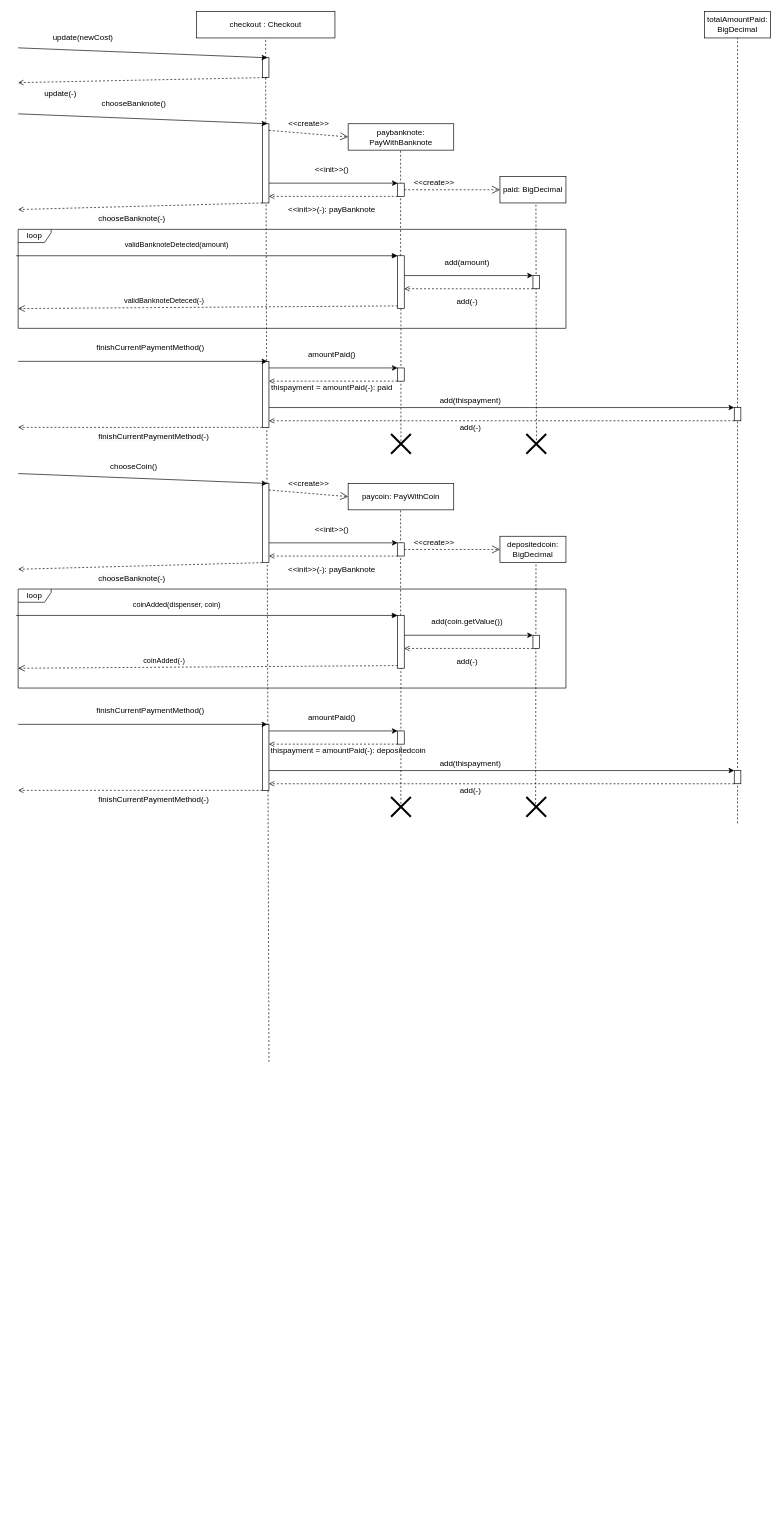
The draw.io diagram page "Payment" (2 of 3) of Diagrams/SequenceDiagrams/SequenceDiagrams.drawio in adam-25/Self-Checkout-System, before the edit. Source tidied: cells renumbered, new cells numbered last; positions are measured from the earlier drawing's top-left corner, leaving out a move shared by most shapes. Both pictures are drawn from the tidied source at 66%, with x=0, y=0 at pixel (16, 11).
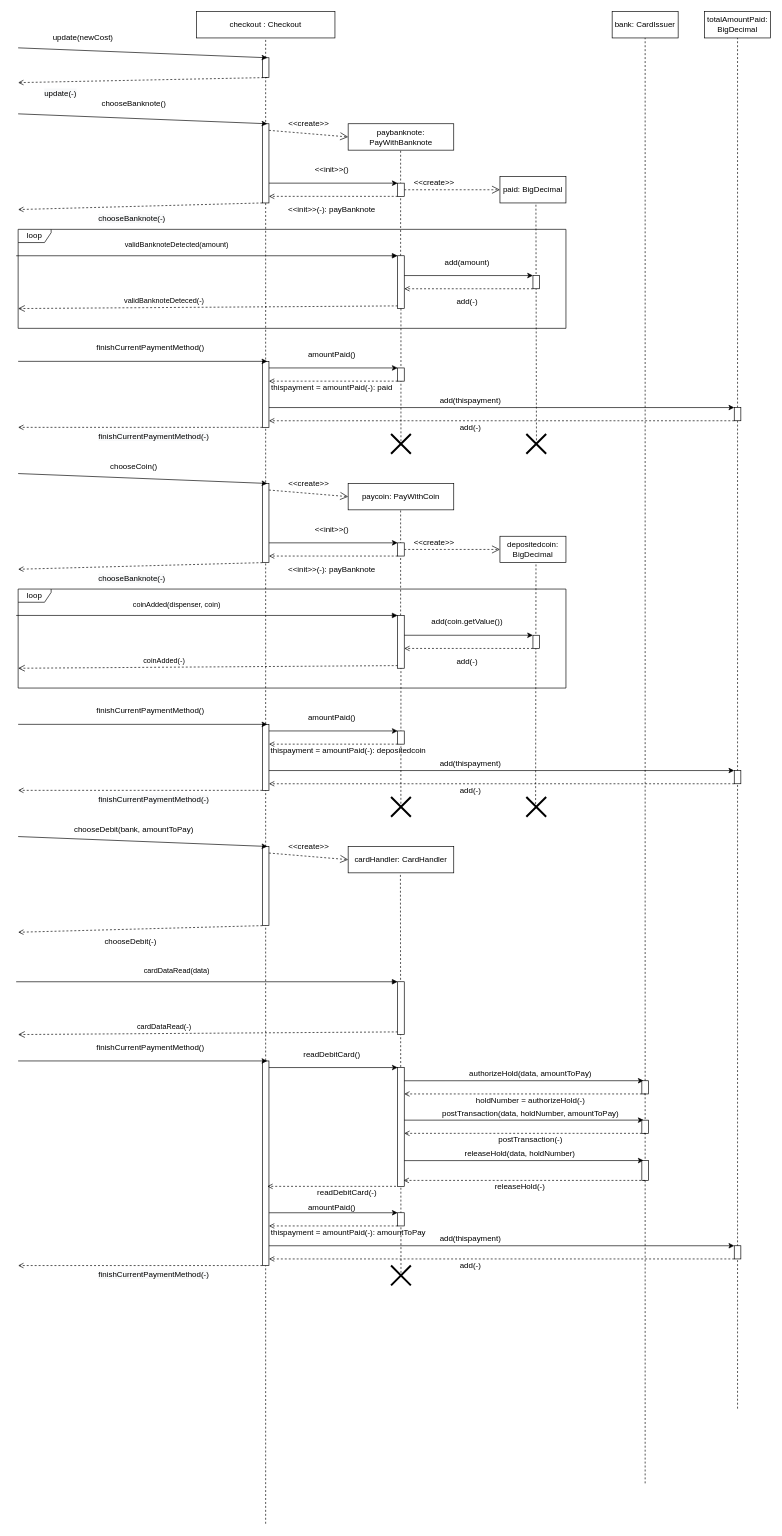
Above is the later version.

Unchanged cells that the change refers to:
```xml
<mxCell id="3" style="rounded=0;whiteSpace=wrap;html=1;" parent="1" vertex="1">
  <mxGeometry x="373" y="70" width="10" height="30" as="geometry" />
</mxCell>
<mxCell id="51" style="rounded=0;whiteSpace=wrap;html=1;" parent="1" vertex="1">
  <mxGeometry x="1088" y="600" width="10" height="20" as="geometry" />
</mxCell>
```

Change to the diagram source:
```diff
@@
+    <mxCell id="103" style="endArrow=none;dashed=1;html=1;rounded=0;entryX=0.5;entryY=1;entryDx=0;entryDy=0;startArrow=none;exitX=0.502;exitY=0.57;exitDx=0;exitDy=0;exitPerimeter=0;" parent="1" edge="1" source="154">
+      <mxGeometry relative="1" as="geometry">
+        <mxPoint x="582.2" y="1305" as="targetPoint" />
+      </mxGeometry>
+    </mxCell>
@@
     <mxCell id="10" style="endArrow=none;dashed=1;html=1;rounded=0;entryX=0.5;entryY=1;entryDx=0;entryDy=0;startArrow=none;" parent="1" edge="1" target="3">
       <mxGeometry relative="1" as="geometry">
-        <mxPoint x="383" y="1591.3" as="sourcePoint" />
+        <mxPoint x="378" y="2291.2" as="sourcePoint" />
       </mxGeometry>
     </mxCell>
@@
     <mxCell id="52" style="endArrow=none;dashed=1;html=1;rounded=0;entryX=0.5;entryY=1;entryDx=0;entryDy=0;startArrow=none;" parent="1" edge="1" target="51">
       <mxGeometry relative="1" as="geometry">
-        <mxPoint x="1093" y="1230" as="sourcePoint" />
+        <mxPoint x="1093" y="2116.8" as="sourcePoint" />
       </mxGeometry>
     </mxCell>
@@
+    <mxCell id="104" style="rounded=0;whiteSpace=wrap;html=1;" parent="1" vertex="1">
+      <mxGeometry x="373" y="1265" width="10" height="120" as="geometry" />
+    </mxCell>
+    <mxCell id="105" style="endArrow=classic;html=1;rounded=0;entryX=0;entryY=0;entryDx=0;entryDy=0;" parent="1" edge="1">
+      <mxGeometry relative="1" as="geometry">
+        <mxPoint x="3" y="1250" as="sourcePoint" />
+        <mxPoint x="380.5" y="1265" as="targetPoint" />
+      </mxGeometry>
+    </mxCell>
+    <mxCell id="106" style="endArrow=open;html=1;rounded=0;exitX=0;exitY=1;exitDx=0;exitDy=0;dashed=1;endFill=0;" parent="1" edge="1">
+      <mxGeometry relative="1" as="geometry">
+        <mxPoint x="373" y="1385" as="sourcePoint" />
+        <mxPoint x="3" y="1395" as="targetPoint" />
+      </mxGeometry>
+    </mxCell>
+    <mxCell id="107" value="cardHandler: CardHandler" style="rounded=0;whiteSpace=wrap;html=1;" parent="1" vertex="1">
+      <mxGeometry x="503" y="1265" width="160" height="40" as="geometry" />
+    </mxCell>
+    <mxCell id="108" style="endArrow=open;dashed=1;html=1;rounded=0;endFill=0;startSize=9;endSize=10;" parent="1" edge="1">
+      <mxGeometry relative="1" as="geometry">
+        <mxPoint x="383" y="1275" as="sourcePoint" />
+        <mxPoint x="503" y="1285" as="targetPoint" />
+      </mxGeometry>
+    </mxCell>
+    <mxCell id="109" value="&amp;lt;&amp;lt;create&amp;gt;&amp;gt;" style="text;html=1;align=center;verticalAlign=middle;strokeColor=none;fillColor=none;" parent="1" vertex="1">
+      <mxGeometry x="403" y="1255" width="80" height="20" as="geometry" />
+    </mxCell>
+    <mxCell id="110" value="chooseDebit(bank, amountToPay)" style="text;html=1;align=center;verticalAlign=middle;strokeColor=none;fillColor=none;" parent="1" vertex="1">
+      <mxGeometry x="78" y="1230" width="200" height="20" as="geometry" />
+    </mxCell>
+    <mxCell id="111" value="chooseDebit(-)" style="text;html=1;align=center;verticalAlign=middle;strokeColor=none;fillColor=none;" parent="1" vertex="1">
+      <mxGeometry x="128" y="1400" width="90" height="20" as="geometry" />
+    </mxCell>
+    <mxCell id="112" value="bank: CardIssuer" style="rounded=0;whiteSpace=wrap;html=1;" parent="1" vertex="1">
+      <mxGeometry x="903" width="100" height="40" as="geometry" />
+    </mxCell>
+    <mxCell id="113" style="endArrow=none;dashed=1;html=1;rounded=0;startArrow=none;" parent="1" edge="1" source="135">
+      <mxGeometry relative="1" as="geometry">
+        <mxPoint x="953" y="40" as="targetPoint" />
+      </mxGeometry>
+    </mxCell>
+    <mxCell id="114" value="cardDataRead(data)" style="html=1;verticalAlign=bottom;endArrow=block;entryX=0;entryY=0;rounded=0;" parent="1" edge="1">
+      <mxGeometry x="-0.16" y="8" relative="1" as="geometry">
+        <mxPoint y="1470" as="sourcePoint" />
+        <mxPoint x="578" y="1470" as="targetPoint" />
+      </mxGeometry>
+    </mxCell>
+    <mxCell id="115" value="cardDataRead(-)" style="html=1;verticalAlign=bottom;endArrow=open;dashed=1;endSize=8;exitX=0;exitY=0.95;rounded=0;" parent="1" edge="1">
+      <mxGeometry x="0.23" y="-1" relative="1" as="geometry">
+        <mxPoint x="578" y="1546" as="sourcePoint" />
+        <mxPoint x="3" y="1550" as="targetPoint" />
+      </mxGeometry>
+    </mxCell>
+    <mxCell id="116" style="html=1;perimeter=orthogonalPerimeter;" parent="1" vertex="1">
+      <mxGeometry x="578" y="1470" width="10" height="80" as="geometry" />
+    </mxCell>
+    <mxCell id="117" style="rounded=0;whiteSpace=wrap;html=1;" parent="1" vertex="1">
+      <mxGeometry x="373" y="1590" width="10" height="310" as="geometry" />
+    </mxCell>
+    <mxCell id="118" style="endArrow=classic;html=1;rounded=0;entryX=0;entryY=0;entryDx=0;entryDy=0;" parent="1" edge="1">
+      <mxGeometry relative="1" as="geometry">
+        <mxPoint x="3" y="1590" as="sourcePoint" />
+        <mxPoint x="380.5" y="1590" as="targetPoint" />
+      </mxGeometry>
+    </mxCell>
+    <mxCell id="119" value="finishCurrentPaymentMethod()" style="text;html=1;align=center;verticalAlign=middle;strokeColor=none;fillColor=none;" parent="1" vertex="1">
+      <mxGeometry x="113" y="1560" width="180" height="20" as="geometry" />
+    </mxCell>
+    <mxCell id="120" style="endArrow=open;html=1;rounded=0;exitX=0;exitY=1;exitDx=0;exitDy=0;dashed=1;endFill=0;" parent="1" edge="1">
+      <mxGeometry relative="1" as="geometry">
+        <mxPoint x="373" y="1900" as="sourcePoint" />
+        <mxPoint x="3" y="1900" as="targetPoint" />
+      </mxGeometry>
+    </mxCell>
+    <mxCell id="121" value="&lt;span style=&quot;color: rgb(0 , 0 , 0) ; font-family: &amp;#34;helvetica&amp;#34; ; font-size: 12px ; font-style: normal ; font-weight: 400 ; letter-spacing: normal ; text-align: center ; text-indent: 0px ; text-transform: none ; word-spacing: 0px ; background-color: rgb(248 , 249 , 250) ; display: inline ; float: none&quot;&gt;finishCurrentPaymentMethod(-)&lt;/span&gt;" style="text;whiteSpace=wrap;html=1;" parent="1" vertex="1">
+      <mxGeometry x="123" y="1900" width="130" height="30" as="geometry" />
+    </mxCell>
+    <mxCell id="122" style="endArrow=classic;html=1;rounded=0;entryX=0;entryY=0;entryDx=0;entryDy=0;exitX=1;exitY=0.75;exitDx=0;exitDy=0;" parent="1" edge="1">
+      <mxGeometry relative="1" as="geometry">
+        <mxPoint x="383" y="1870" as="sourcePoint" />
+        <mxPoint x="1088" y="1870" as="targetPoint" />
+      </mxGeometry>
+    </mxCell>
+    <mxCell id="123" style="endArrow=open;html=1;rounded=0;exitX=0;exitY=1;exitDx=0;exitDy=0;dashed=1;endFill=0;startArrow=none;" parent="1" edge="1" source="133">
+      <mxGeometry relative="1" as="geometry">
+        <mxPoint x="383" y="1890" as="targetPoint" />
+      </mxGeometry>
+    </mxCell>
+    <mxCell id="124" value="add(thispayment)" style="text;html=1;align=center;verticalAlign=middle;strokeColor=none;fillColor=none;" parent="1" vertex="1">
+      <mxGeometry x="633" y="1850" width="110" height="20" as="geometry" />
+    </mxCell>
+    <mxCell id="125" value="add(-)" style="text;html=1;align=center;verticalAlign=middle;strokeColor=none;fillColor=none;" parent="1" vertex="1">
+      <mxGeometry x="663" y="1890" width="50" height="20" as="geometry" />
+    </mxCell>
+    <mxCell id="126" style="endArrow=classic;html=1;rounded=0;entryX=0;entryY=0;entryDx=0;entryDy=0;exitX=1;exitY=0.75;exitDx=0;exitDy=0;" parent="1" edge="1">
+      <mxGeometry relative="1" as="geometry">
+        <mxPoint x="383" y="1600" as="sourcePoint" />
+        <mxPoint x="578" y="1600" as="targetPoint" />
+      </mxGeometry>
+    </mxCell>
+    <mxCell id="127" style="endArrow=open;html=1;rounded=0;exitX=0;exitY=1;exitDx=0;exitDy=0;dashed=1;endFill=0;" parent="1" edge="1">
+      <mxGeometry relative="1" as="geometry">
+        <mxPoint x="575.5" y="1780" as="sourcePoint" />
+        <mxPoint x="380.5" y="1780" as="targetPoint" />
+      </mxGeometry>
+    </mxCell>
+    <mxCell id="128" value="readDebitCard()" style="text;html=1;align=center;verticalAlign=middle;strokeColor=none;fillColor=none;" parent="1" vertex="1">
+      <mxGeometry x="428" y="1570" width="100" height="20" as="geometry" />
+    </mxCell>
+    <mxCell id="129" style="rounded=0;whiteSpace=wrap;html=1;" parent="1" vertex="1">
+      <mxGeometry x="578" y="1600" width="10" height="180" as="geometry" />
+    </mxCell>
+    <mxCell id="130" value="readDebitCard(-)" style="text;html=1;align=center;verticalAlign=middle;strokeColor=none;fillColor=none;" parent="1" vertex="1">
+      <mxGeometry x="445.5" y="1780" width="110" height="20" as="geometry" />
+    </mxCell>
+    <mxCell id="131" style="endArrow=classic;html=1;rounded=0;exitX=1;exitY=0.75;exitDx=0;exitDy=0;entryX=0.27;entryY=-0.003;entryDx=0;entryDy=0;entryPerimeter=0;" parent="1" edge="1" target="135">
+      <mxGeometry relative="1" as="geometry">
+        <mxPoint x="588" y="1620" as="sourcePoint" />
+      </mxGeometry>
+    </mxCell>
+    <mxCell id="132" value="authorizeHold(data, amountToPay)" style="text;html=1;align=center;verticalAlign=middle;strokeColor=none;fillColor=none;rotation=0;" parent="1" vertex="1">
+      <mxGeometry x="679" y="1599" width="200" height="20" as="geometry" />
+    </mxCell>
+    <mxCell id="133" style="rounded=0;whiteSpace=wrap;html=1;" parent="1" vertex="1">
+      <mxGeometry x="1088" y="1870" width="10" height="20" as="geometry" />
+    </mxCell>
+    <mxCell id="134" style="endArrow=none;html=1;rounded=0;exitX=0;exitY=1;exitDx=0;exitDy=0;dashed=1;endFill=0;" parent="1" edge="1" target="133">
+      <mxGeometry relative="1" as="geometry">
+        <mxPoint x="1088" y="1890" as="sourcePoint" />
+      </mxGeometry>
+    </mxCell>
+    <mxCell id="135" style="html=1;points=[];perimeter=orthogonalPerimeter;" parent="1" vertex="1">
+      <mxGeometry x="948" y="1620" width="10" height="20" as="geometry" />
+    </mxCell>
+    <mxCell id="136" style="endArrow=none;dashed=1;html=1;rounded=0;startArrow=none;" parent="1" edge="1" target="135">
+      <mxGeometry relative="1" as="geometry">
+        <mxPoint x="953" y="2230" as="sourcePoint" />
+      </mxGeometry>
+    </mxCell>
+    <mxCell id="137" style="endArrow=open;html=1;rounded=0;dashed=1;endFill=0;" parent="1" edge="1">
+      <mxGeometry relative="1" as="geometry">
+        <mxPoint x="954" y="1640" as="sourcePoint" />
+        <mxPoint x="588" y="1640" as="targetPoint" />
+      </mxGeometry>
+    </mxCell>
+    <mxCell id="138" value="holdNumber = authorizeHold(-)" style="text;html=1;align=center;verticalAlign=middle;strokeColor=none;fillColor=none;" parent="1" vertex="1">
+      <mxGeometry x="689" y="1640" width="180" height="20" as="geometry" />
+    </mxCell>
+    <mxCell id="139" style="endArrow=classic;html=1;rounded=0;exitX=1;exitY=0.75;exitDx=0;exitDy=0;entryX=0.27;entryY=-0.003;entryDx=0;entryDy=0;entryPerimeter=0;" parent="1" edge="1" target="141">
+      <mxGeometry relative="1" as="geometry">
+        <mxPoint x="588" y="1679.7" as="sourcePoint" />
+      </mxGeometry>
+    </mxCell>
+    <mxCell id="140" value="postTransaction(data, holdNumber, amountToPay)" style="text;html=1;align=center;verticalAlign=middle;strokeColor=none;fillColor=none;rotation=0;" parent="1" vertex="1">
+      <mxGeometry x="639" y="1660" width="280" height="20" as="geometry" />
+    </mxCell>
+    <mxCell id="141" style="html=1;points=[];perimeter=orthogonalPerimeter;" parent="1" vertex="1">
+      <mxGeometry x="948" y="1679.7" width="10" height="20" as="geometry" />
+    </mxCell>
+    <mxCell id="142" style="endArrow=open;html=1;rounded=0;dashed=1;endFill=0;" parent="1" edge="1">
+      <mxGeometry relative="1" as="geometry">
+        <mxPoint x="954" y="1699.7" as="sourcePoint" />
+        <mxPoint x="588" y="1699.7" as="targetPoint" />
+      </mxGeometry>
+    </mxCell>
+    <mxCell id="143" value="releaseHold(data, holdNumber)" style="text;html=1;align=center;verticalAlign=middle;strokeColor=none;fillColor=none;" parent="1" vertex="1">
+      <mxGeometry x="673" y="1720" width="180" height="20" as="geometry" />
+    </mxCell>
+    <mxCell id="144" style="endArrow=classic;html=1;rounded=0;exitX=1;exitY=0.75;exitDx=0;exitDy=0;entryX=0.27;entryY=-0.003;entryDx=0;entryDy=0;entryPerimeter=0;" parent="1" edge="1" target="146">
+      <mxGeometry relative="1" as="geometry">
+        <mxPoint x="588" y="1741" as="sourcePoint" />
+      </mxGeometry>
+    </mxCell>
+    <mxCell id="145" value="postTransaction(-)" style="text;html=1;align=center;verticalAlign=middle;strokeColor=none;fillColor=none;rotation=0;" parent="1" vertex="1">
+      <mxGeometry x="724" y="1699.7" width="110" height="20" as="geometry" />
+    </mxCell>
+    <mxCell id="146" style="html=1;points=[];perimeter=orthogonalPerimeter;" parent="1" vertex="1">
+      <mxGeometry x="948" y="1741" width="10" height="30" as="geometry" />
+    </mxCell>
+    <mxCell id="147" style="endArrow=open;html=1;rounded=0;dashed=1;endFill=0;" parent="1" edge="1">
+      <mxGeometry relative="1" as="geometry">
+        <mxPoint x="953" y="1771" as="sourcePoint" />
+        <mxPoint x="587" y="1771" as="targetPoint" />
+      </mxGeometry>
+    </mxCell>
+    <mxCell id="148" value="releaseHold(-)" style="text;html=1;align=center;verticalAlign=middle;strokeColor=none;fillColor=none;" parent="1" vertex="1">
+      <mxGeometry x="718" y="1771" width="90" height="20" as="geometry" />
+    </mxCell>
+    <mxCell id="149" style="endArrow=classic;html=1;rounded=0;entryX=0;entryY=0;entryDx=0;entryDy=0;exitX=1;exitY=0.75;exitDx=0;exitDy=0;" parent="1" edge="1">
+      <mxGeometry relative="1" as="geometry">
+        <mxPoint x="383" y="1820" as="sourcePoint" />
+        <mxPoint x="578" y="1820" as="targetPoint" />
+      </mxGeometry>
+    </mxCell>
+    <mxCell id="150" style="endArrow=open;html=1;rounded=0;exitX=0;exitY=1;exitDx=0;exitDy=0;dashed=1;endFill=0;" parent="1" edge="1" source="152">
+      <mxGeometry relative="1" as="geometry">
+        <mxPoint x="383" y="1840" as="targetPoint" />
+      </mxGeometry>
+    </mxCell>
+    <mxCell id="151" value="amountPaid()" style="text;html=1;align=center;verticalAlign=middle;strokeColor=none;fillColor=none;" parent="1" vertex="1">
+      <mxGeometry x="433" y="1802" width="90" height="20" as="geometry" />
+    </mxCell>
+    <mxCell id="152" style="rounded=0;whiteSpace=wrap;html=1;" parent="1" vertex="1">
+      <mxGeometry x="578" y="1820" width="10" height="20" as="geometry" />
+    </mxCell>
+    <mxCell id="153" value="thispayment = amountPaid(-): amountToPay" style="text;html=1;align=center;verticalAlign=middle;strokeColor=none;fillColor=none;" parent="1" vertex="1">
+      <mxGeometry x="378" y="1840" width="250" height="20" as="geometry" />
+    </mxCell>
+    <mxCell id="154" style="shape=umlDestroy;whiteSpace=wrap;html=1;strokeWidth=3;" parent="1" vertex="1">
+      <mxGeometry x="568" y="1900" width="30" height="30" as="geometry" />
+    </mxCell>
```
